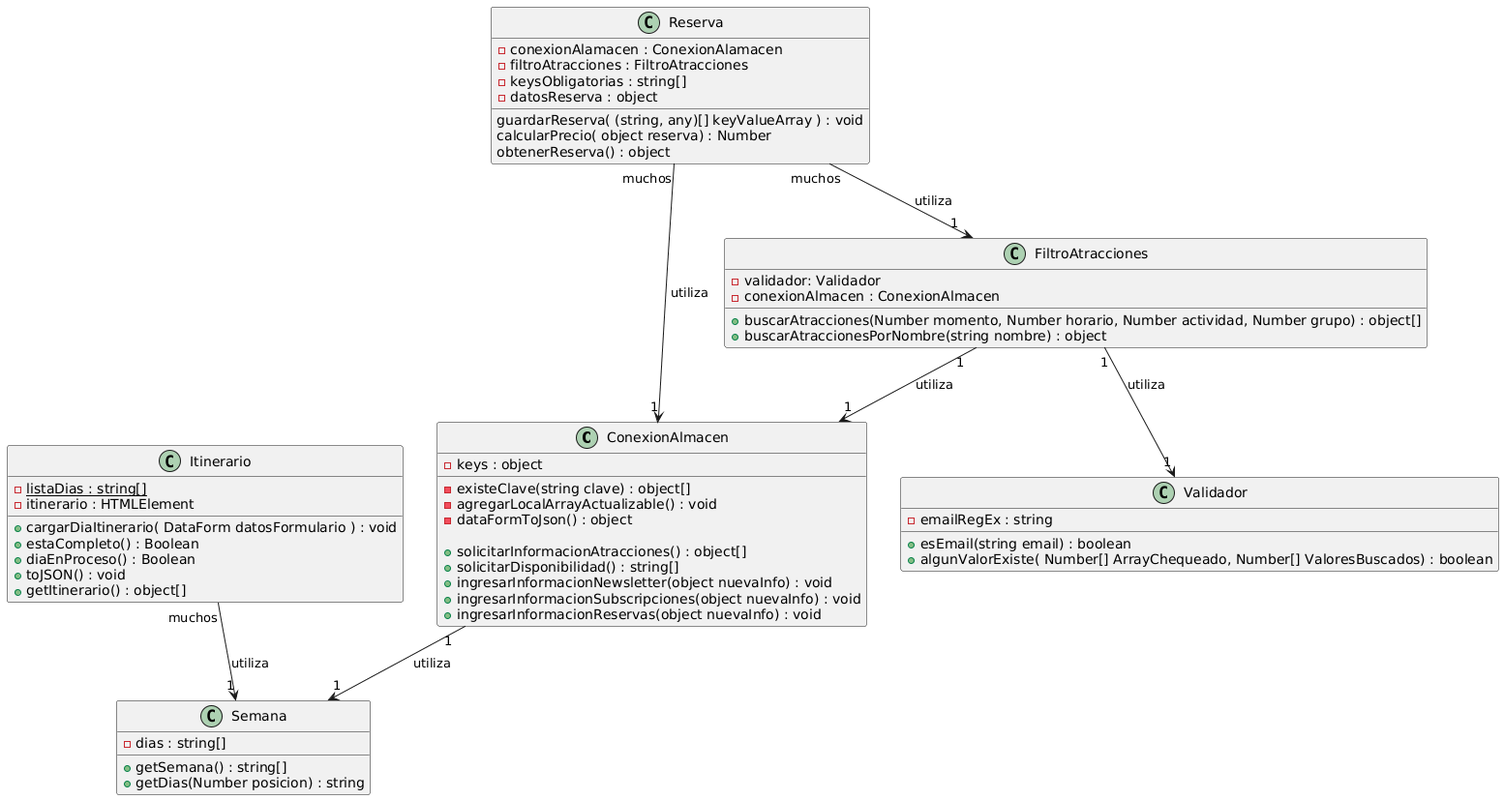
Earlier version of the PlantUML export docs/04-diagramas/02-diagramas-de-clase/diagrama-clases.png (Thallys8/turismo-buenos-aires). Its source is kept beside it as docs/04-diagramas/02-diagramas-de-clase/diagrama-clases.puml.
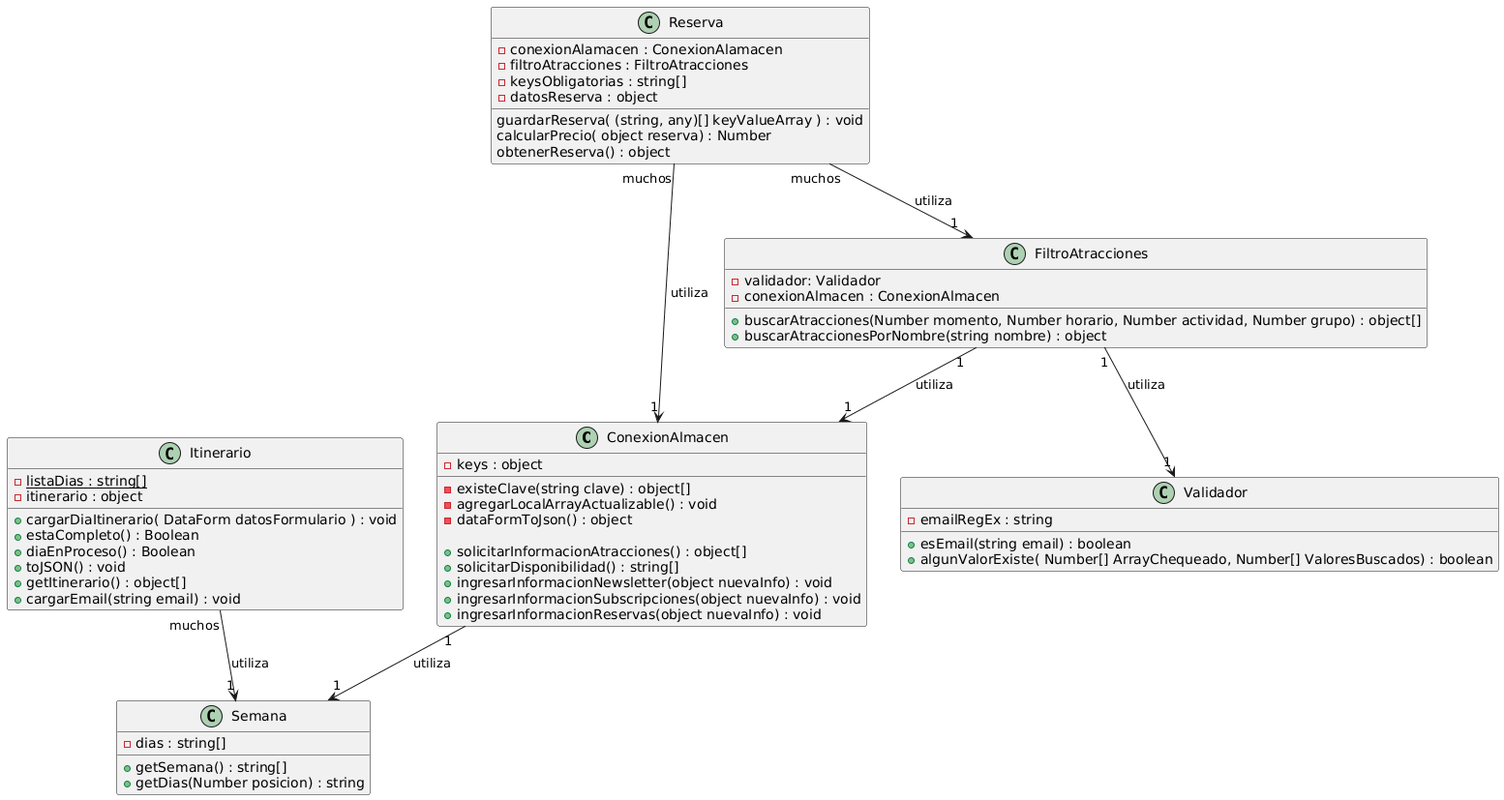
The same file after the commit.

Commit message:
correcciones de email faltante y en reservas

Diff of the diagram source:
```diff
@@ -29,13 +29,14 @@
 
 class Itinerario{
     {static} -listaDias : string[]
-    {field} -itinerario : HTMLElement
+    {field} -itinerario : object
 
     {method} +cargarDiaItinerario( DataForm datosFormulario ) : void
     {method} +estaCompleto() : Boolean
     {method} +diaEnProceso() : Boolean
     {method} +toJSON() : void
     {method} +getItinerario() : object[]
+    {method} +cargarEmail(string email) : void
 }
 
 class Reserva {
```
